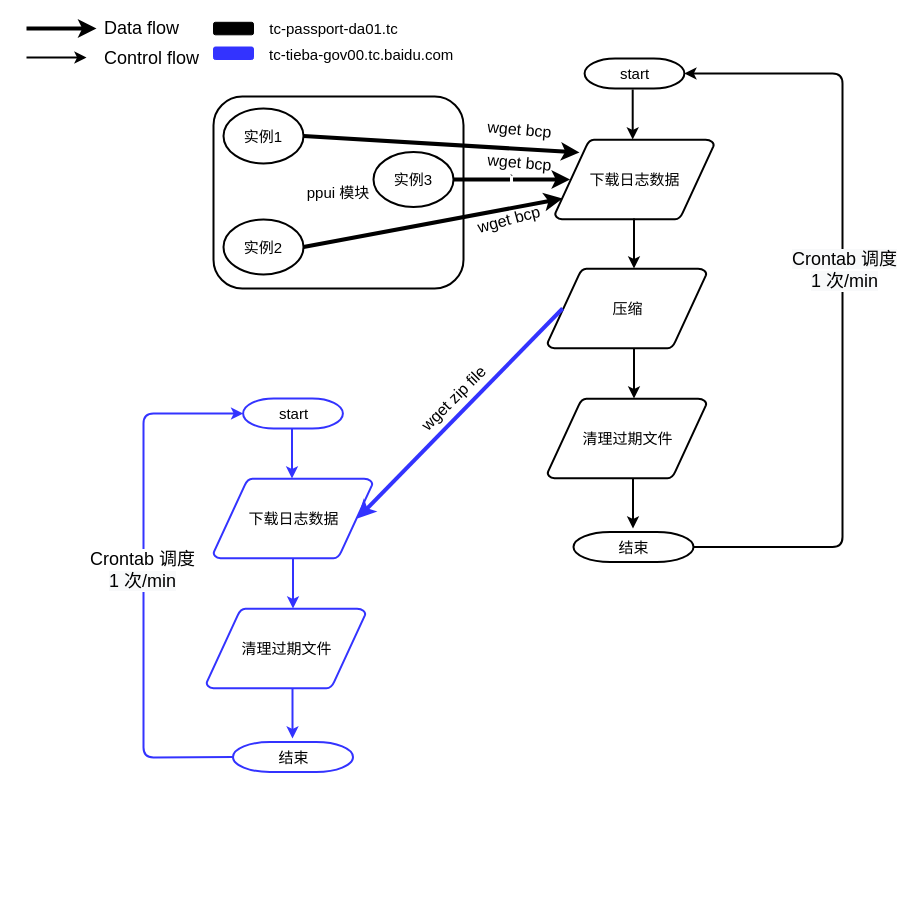
Before: 给gn架构.drawio in ywq1113/scripts, a draw.io diagram. Source tidied: cells renumbered, new cells numbered last; positions are measured from the earlier drawing's top-left corner, leaving out a move shared by most shapes. Both pictures are drawn from the tidied source at 100%, with x=0, y=0 at pixel (26, 18).
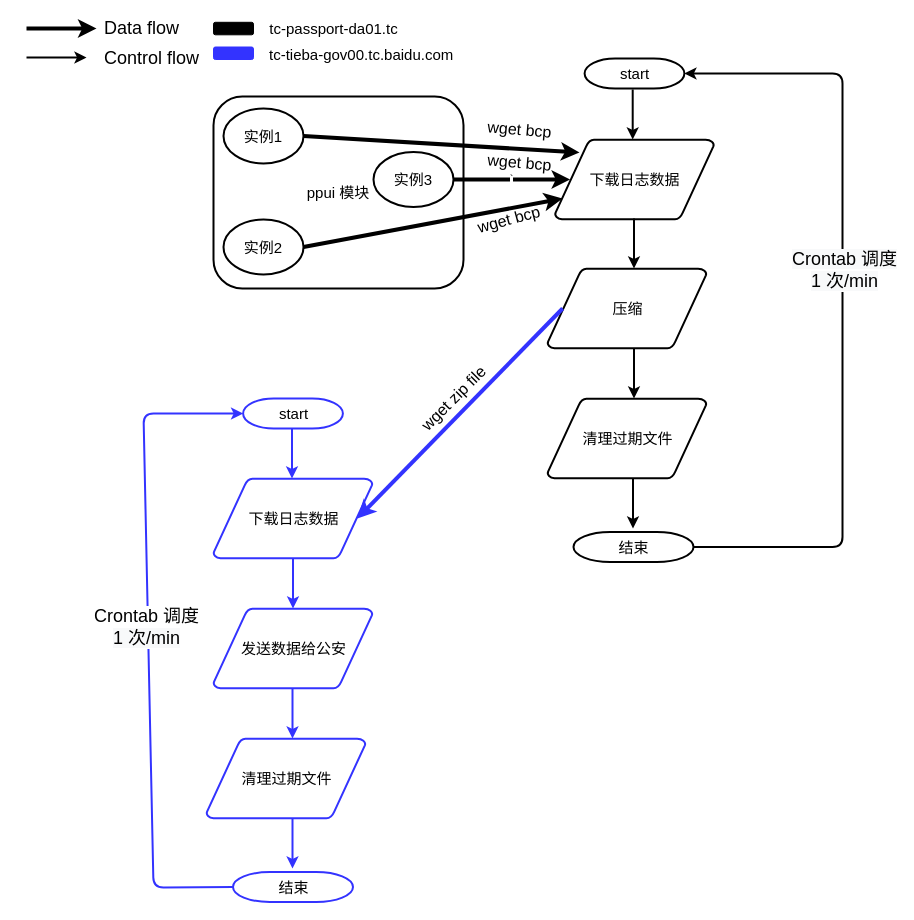
Above is the later version.

Unchanged cells that the change refers to:
```xml
<mxCell id="27" value="&lt;font style=&quot;font-size: 15px&quot;&gt;start&lt;/font&gt;" style="shape=mxgraph.flowchart.terminator;strokeWidth=2;gradientColor=none;gradientDirection=north;fontStyle=0;html=1;strokeColor=#3333FF;" parent="1" vertex="1">
  <mxGeometry x="216.6" y="380" width="99.8" height="30" as="geometry" />
</mxCell>
```

What changed in the source:
```diff
@@
     <mxCell id="33" value="&lt;font style=&quot;font-size: 15px&quot;&gt;清理过期文件&lt;/font&gt;" style="shape=mxgraph.flowchart.data;strokeWidth=2;gradientColor=none;gradientDirection=north;fontStyle=0;html=1;strokeColor=#3333FF;" parent="1" vertex="1">
-      <mxGeometry x="180" y="590" width="159" height="80" as="geometry" />
+      <mxGeometry x="180" y="720" width="159" height="80" as="geometry" />
     </mxCell>
     <mxCell id="34" value="&lt;font style=&quot;font-size: 15px&quot;&gt;结束&lt;/font&gt;" style="shape=mxgraph.flowchart.terminator;strokeWidth=2;gradientColor=none;gradientDirection=north;fontStyle=0;html=1;strokeColor=#3333FF;" parent="1" vertex="1">
-      <mxGeometry x="206.5" y="723.5" width="120" height="30" as="geometry" />
+      <mxGeometry x="206.5" y="853.5" width="120" height="30" as="geometry" />
     </mxCell>
     <mxCell id="35" style="edgeStyle=orthogonalEdgeStyle;rounded=0;orthogonalLoop=1;jettySize=auto;html=1;strokeWidth=2;strokeColor=#3333FF;" parent="1" edge="1">
       <mxGeometry relative="1" as="geometry">
-        <mxPoint x="266" y="670" as="sourcePoint" />
-        <mxPoint x="266" y="720" as="targetPoint" />
+        <mxPoint x="266" y="800" as="sourcePoint" />
+        <mxPoint x="266" y="850" as="targetPoint" />
       </mxGeometry>
     </mxCell>
     <mxCell id="36" style="endArrow=classic;html=1;strokeWidth=2;exitX=0;exitY=0.5;exitDx=0;exitDy=0;exitPerimeter=0;entryX=0;entryY=0.5;entryDx=0;entryDy=0;entryPerimeter=0;strokeColor=#3333FF;" parent="1" edge="1" source="34" target="27">
       <mxGeometry relative="1" as="geometry">
         <Array as="points">
-          <mxPoint x="117" y="739" />
+          <mxPoint x="127" y="869" />
           <mxPoint x="117" y="395" />
         </Array>
       </mxGeometry>
     </mxCell>
@@
+    <mxCell id="42" value="&lt;font style=&quot;font-size: 15px&quot;&gt;发送数据给公安&lt;/font&gt;" style="shape=mxgraph.flowchart.data;strokeWidth=2;gradientColor=none;gradientDirection=north;fontStyle=0;html=1;strokeColor=#3333FF;" parent="1" vertex="1">
+      <mxGeometry x="187" y="590" width="159" height="80" as="geometry" />
+    </mxCell>
+    <mxCell id="43" style="edgeStyle=orthogonalEdgeStyle;rounded=0;orthogonalLoop=1;jettySize=auto;html=1;strokeWidth=2;strokeColor=#3333FF;" parent="1" edge="1">
+      <mxGeometry relative="1" as="geometry">
+        <mxPoint x="266" y="670" as="sourcePoint" />
+        <mxPoint x="266" y="720" as="targetPoint" />
+      </mxGeometry>
+    </mxCell>
```
